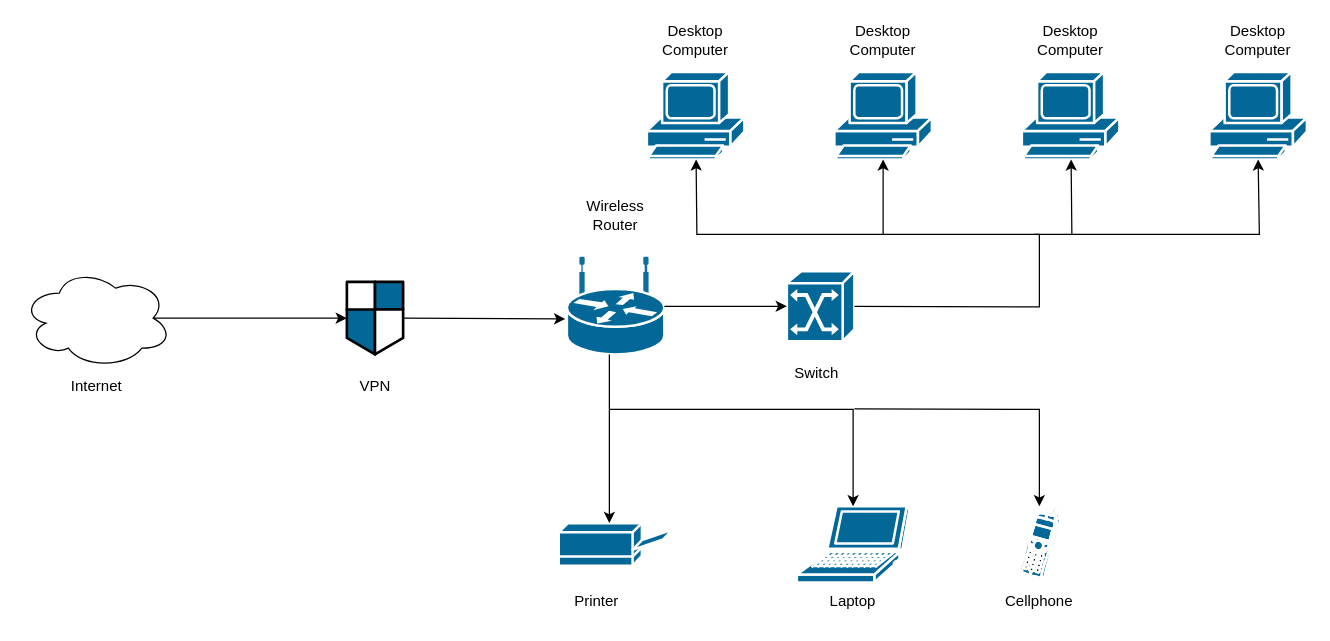
julieeesy/Network_Diagram keeps this draw.io diagram as Network Diagram.drawio. Above is the earlier version. Source tidied: cells renumbered, new cells numbered last; positions are measured from the earlier drawing's top-left corner, leaving out a move shared by most shapes. Both pictures are drawn from the tidied source at 125%, with x=0, y=0 at pixel (21, 21).
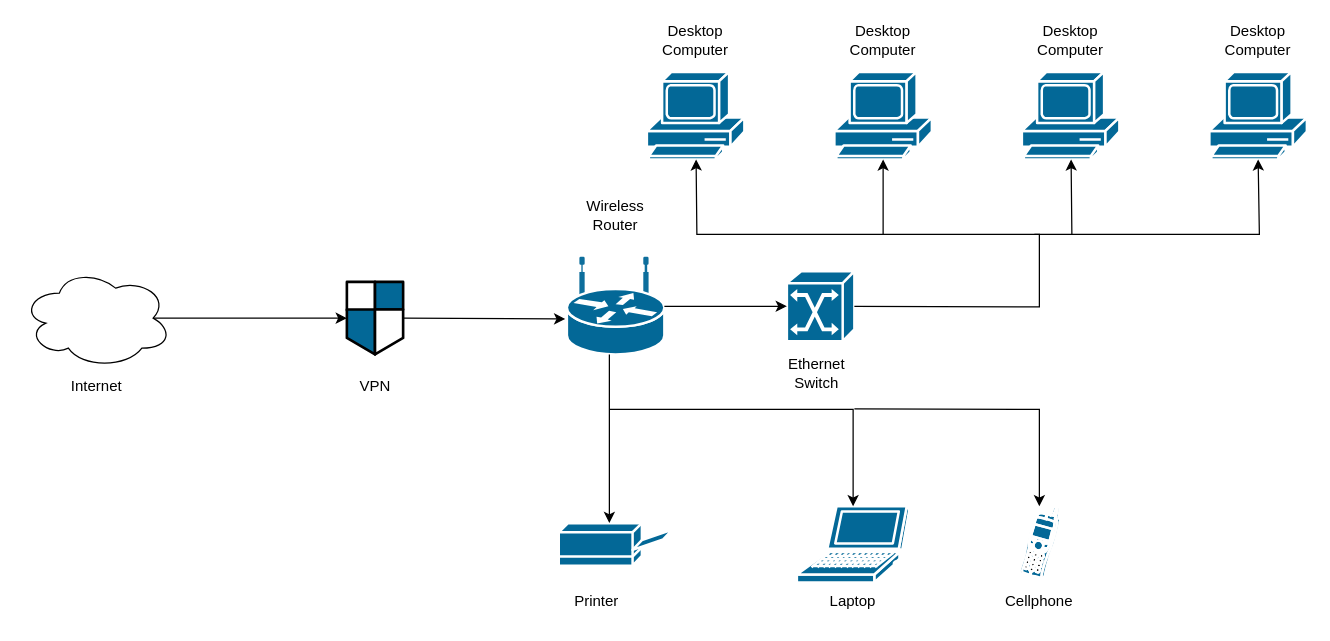
Above is the later version.

The edit, as a diff of the source:
```diff
@@
-    <mxCell id="30" value="Switch" style="text;html=1;strokeColor=none;fillColor=none;align=center;verticalAlign=middle;whiteSpace=wrap;rounded=0;" parent="1" vertex="1">
+    <mxCell id="30" value="Ethernet&lt;br&gt;Switch" style="text;html=1;strokeColor=none;fillColor=none;align=center;verticalAlign=middle;whiteSpace=wrap;rounded=0;" parent="1" vertex="1">
       <mxGeometry x="606" y="266" width="60" height="30" as="geometry" />
     </mxCell>
```
